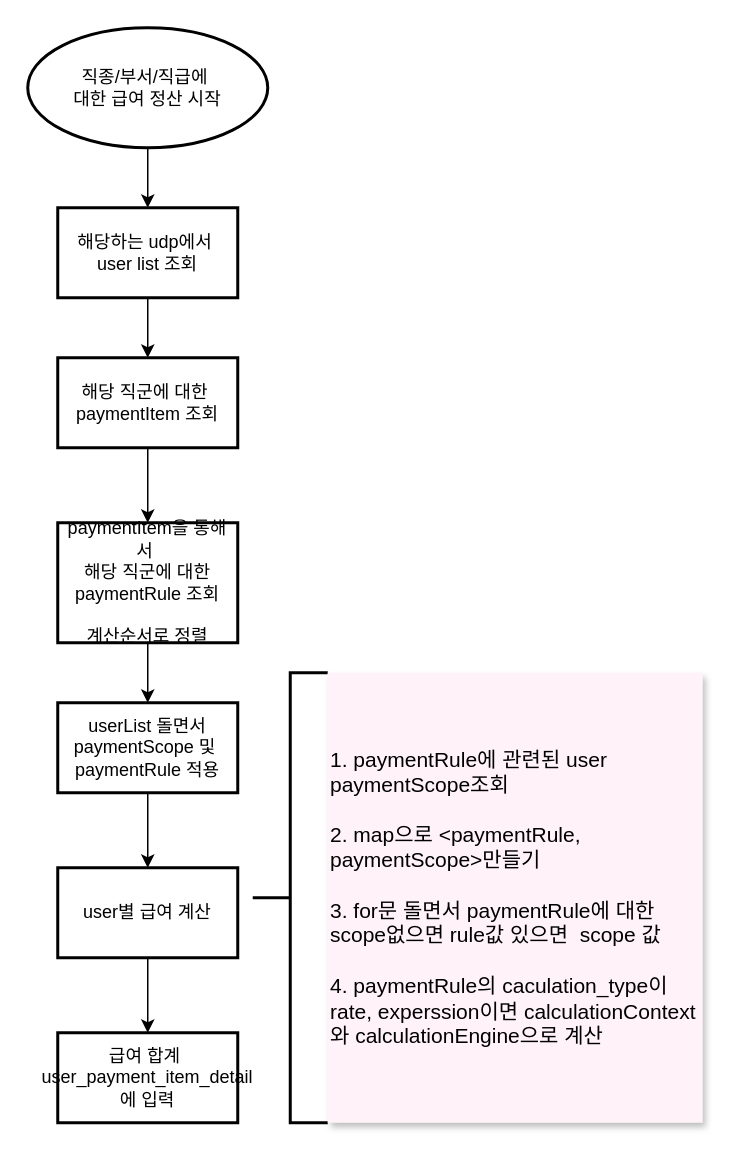
Above: leaveEalry/급여 정산 순서도 .drawio in kikii-develope/system_architecture_design (draw.io), before the change. Source tidied: cells renumbered, new cells numbered last; positions are measured from the earlier drawing's top-left corner, leaving out a move shared by most shapes. Both pictures are drawn from the tidied source at 150%, with x=0, y=0 at pixel (27, 27).
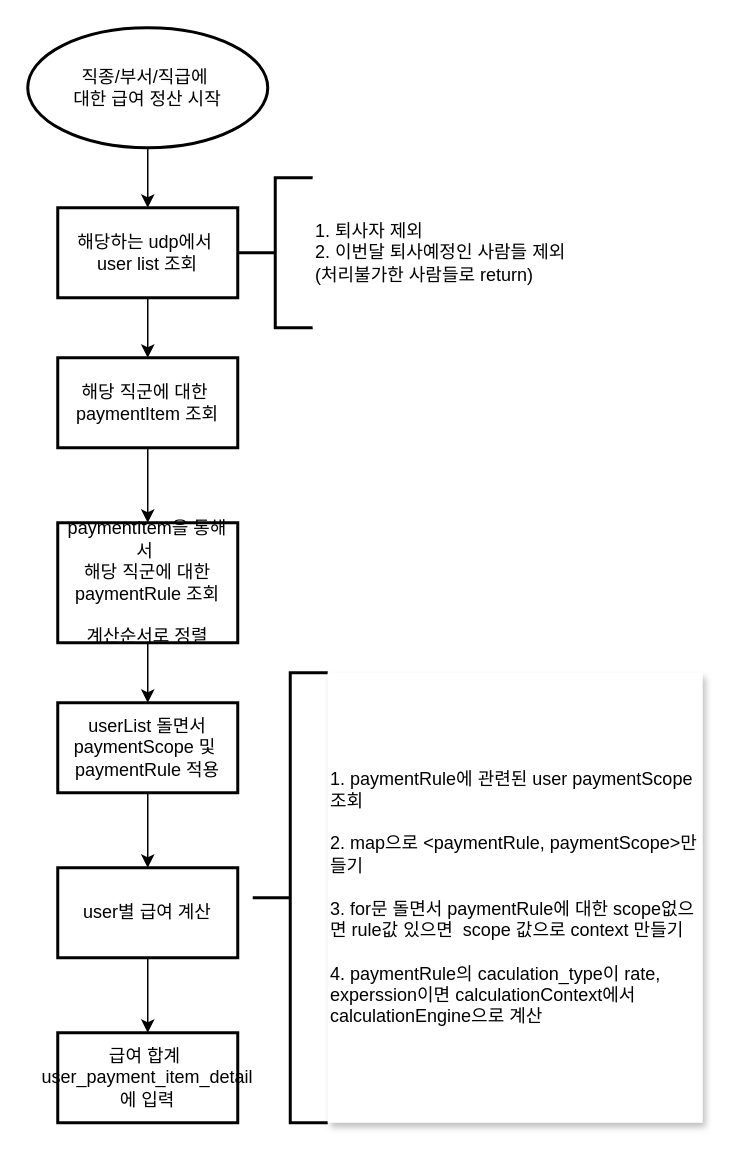
After the change.

Commit message:
급여 정산 순서도 .drawio 업데이트

Diff of the diagram source:
```diff
@@
 <mxGraphModel>
   <root>
     <mxCell id="0" />
     <mxCell id="1" parent="0" />
     <mxCell id="2" style="edgeStyle=orthogonalEdgeStyle;rounded=0;jettySize=auto;html=1;" parent="1" edge="1" source="3" target="7">
       <mxGeometry relative="1" as="geometry" />
     </mxCell>
     <mxCell id="3" value="직종/부서/직급에&amp;nbsp;&lt;br&gt;대한 급여 정산 시작" style="strokeWidth=2;html=1;shape=mxgraph.flowchart.start_1;whiteSpace=wrap;" parent="1" vertex="1">
       <mxGeometry width="160" height="80" as="geometry" />
     </mxCell>
     <mxCell id="4" style="edgeStyle=orthogonalEdgeStyle;rounded=0;jettySize=auto;html=1;" parent="1" edge="1" source="5" target="11">
       <mxGeometry relative="1" as="geometry" />
     </mxCell>
     <mxCell id="5" value="paymentItem을 통해서&amp;nbsp;&lt;br&gt;해당 직군에 대한 paymentRule 조회&lt;br&gt;&lt;br&gt;계산순서로 정렬" style="whiteSpace=wrap;html=1;strokeWidth=2;" parent="1" vertex="1">
       <mxGeometry x="20" y="330" width="120" height="80" as="geometry" />
     </mxCell>
     <mxCell id="6" style="edgeStyle=orthogonalEdgeStyle;rounded=0;jettySize=auto;html=1;" parent="1" edge="1" source="7" target="9">
       <mxGeometry relative="1" as="geometry" />
     </mxCell>
     <mxCell id="7" value="해당하는 udp에서&amp;nbsp;&lt;br&gt;user list 조회" style="whiteSpace=wrap;html=1;strokeWidth=2;" parent="1" vertex="1">
       <mxGeometry x="20" y="120" width="120" height="60" as="geometry" />
     </mxCell>
     <mxCell id="8" style="edgeStyle=orthogonalEdgeStyle;rounded=0;jettySize=auto;html=1;entryX=0.5;entryY=0;entryDx=0;entryDy=0;" parent="1" edge="1" source="9" target="5">
       <mxGeometry relative="1" as="geometry" />
     </mxCell>
     <mxCell id="9" value="해당 직군에 대한&amp;nbsp;&lt;br&gt;paymentItem 조회" style="whiteSpace=wrap;html=1;strokeWidth=2;" parent="1" vertex="1">
       <mxGeometry x="20" y="220" width="120" height="60" as="geometry" />
     </mxCell>
     <mxCell id="10" style="edgeStyle=orthogonalEdgeStyle;rounded=0;jettySize=auto;html=1;" parent="1" edge="1" source="11" target="13">
       <mxGeometry relative="1" as="geometry" />
     </mxCell>
     <mxCell id="11" value="userList 돌면서&lt;div&gt;paymentScope 및&amp;nbsp;&lt;br&gt;paymentRule 적용&lt;/div&gt;" style="whiteSpace=wrap;html=1;strokeWidth=2;" parent="1" vertex="1">
       <mxGeometry x="20" y="450" width="120" height="60" as="geometry" />
     </mxCell>
     <mxCell id="12" style="edgeStyle=orthogonalEdgeStyle;rounded=0;jettySize=auto;html=1;" parent="1" edge="1" source="13" target="14">
       <mxGeometry relative="1" as="geometry" />
     </mxCell>
     <mxCell id="13" value="user별 급여 계산" style="whiteSpace=wrap;html=1;strokeWidth=2;" parent="1" vertex="1">
       <mxGeometry x="20" y="560" width="120" height="60" as="geometry" />
     </mxCell>
     <mxCell id="14" value="급여 합계&amp;nbsp;&lt;br&gt;user_payment_item_detail에 입력" style="whiteSpace=wrap;html=1;strokeWidth=2;" parent="1" vertex="1">
       <mxGeometry x="20" y="670" width="120" height="60" as="geometry" />
     </mxCell>
     <mxCell id="15" style="strokeWidth=2;html=1;shape=mxgraph.flowchart.annotation_2;align=left;labelPosition=right;" parent="1" vertex="1">
       <mxGeometry x="150" y="430" width="50" height="300" as="geometry" />
     </mxCell>
-    <mxCell id="16" value="&lt;font style=&quot;font-size: 14px;&quot;&gt;1. paymentRule에 관련된 user paymentScope조회&lt;br&gt;&lt;br&gt;&lt;/font&gt;&lt;div&gt;&lt;font style=&quot;font-size: 14px;&quot;&gt;2. map으로 &amp;lt;paymentRule, paymentScope&amp;gt;만들기&lt;/font&gt;&lt;/div&gt;&lt;div&gt;&lt;font style=&quot;font-size: 14px;&quot;&gt;&lt;br&gt;3. for문 돌면서 paymentRule에 대한 scope없으면 rule값 있으면&amp;nbsp; scope 값&lt;/font&gt;&lt;/div&gt;&lt;div&gt;&lt;font style=&quot;font-size: 14px;&quot;&gt;&lt;br&gt;4. paymentRule의 caculation_type이 rate, experssion이면 calculationContext와 calculationEngine으로 계산&lt;/font&gt;&lt;/div&gt;" style="text;html=1;whiteSpace=wrap;strokeColor=none;fillColor=#FFF3F9;align=left;verticalAlign=middle;rounded=0;shadow=1;" parent="1" vertex="1">
+    <mxCell id="16" value="&lt;font style=&quot;font-size: 12px;&quot;&gt;1. paymentRule에 관련된 user paymentScope조회&lt;br&gt;&lt;br&gt;&lt;/font&gt;&lt;div&gt;&lt;font style=&quot;font-size: 12px;&quot;&gt;2. map으로 &amp;lt;paymentRule, paymentScope&amp;gt;만들기&lt;/font&gt;&lt;/div&gt;&lt;div&gt;&lt;font style=&quot;font-size: 12px;&quot;&gt;&lt;br&gt;3. for문 돌면서 paymentRule에 대한 scope없으면 rule값 있으면&amp;nbsp; scope 값으로 context 만들기&lt;/font&gt;&lt;/div&gt;&lt;div&gt;&lt;font style=&quot;font-size: 12px;&quot;&gt;&lt;br&gt;4. paymentRule의 caculation_type이 rate, experssion이면 calculationContext에서&amp;nbsp; calculationEngine으로 계산&lt;/font&gt;&lt;/div&gt;" style="text;html=1;whiteSpace=wrap;strokeColor=none;fillColor=#FFFFFF;align=left;verticalAlign=middle;rounded=0;shadow=1;" parent="1" vertex="1">
       <mxGeometry x="200" y="430" width="250" height="300" as="geometry" />
     </mxCell>
+    <mxCell id="17" style="strokeWidth=2;html=1;shape=mxgraph.flowchart.annotation_2;align=left;labelPosition=right;" parent="1" vertex="1">
+      <mxGeometry x="140" y="100" width="50" height="100" as="geometry" />
+    </mxCell>
+    <mxCell id="18" value="&lt;span style=&quot;background-color: rgb(255, 255, 255);&quot;&gt;1. 퇴사자 제외&lt;/span&gt;&lt;div&gt;&lt;span style=&quot;background-color: rgb(255, 255, 255);&quot;&gt;2. 이번달 퇴사예정인 사람들 제외 &lt;br&gt;(처리불가한 사람들로 return)&lt;/span&gt;&lt;/div&gt;" style="text;html=1;whiteSpace=wrap;strokeColor=none;fillColor=#FFFFFF;align=left;verticalAlign=middle;rounded=0;" parent="1" vertex="1">
+      <mxGeometry x="190" y="100" width="250" height="100" as="geometry" />
+    </mxCell>
   </root>
 </mxGraphModel>
```
